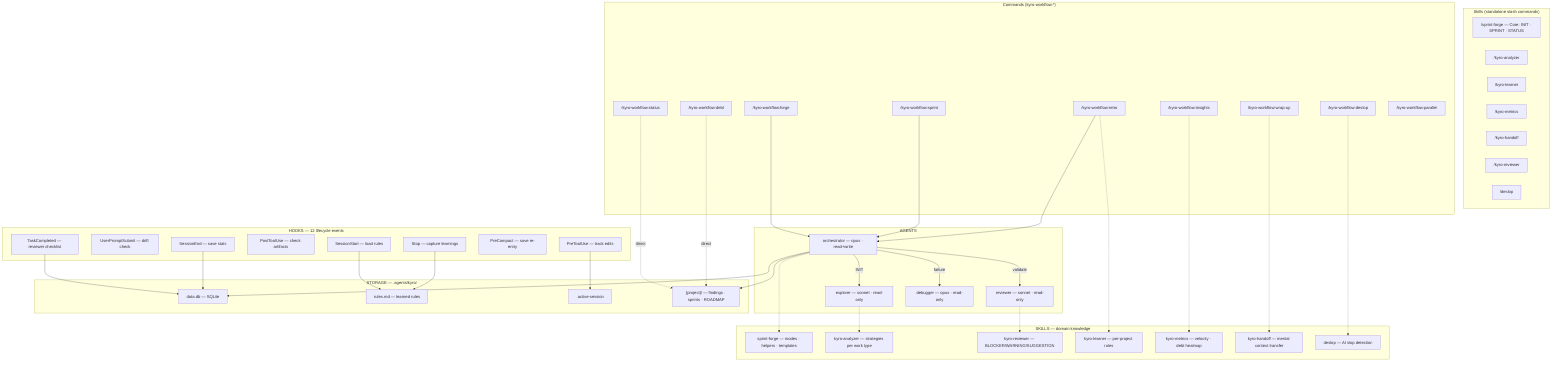
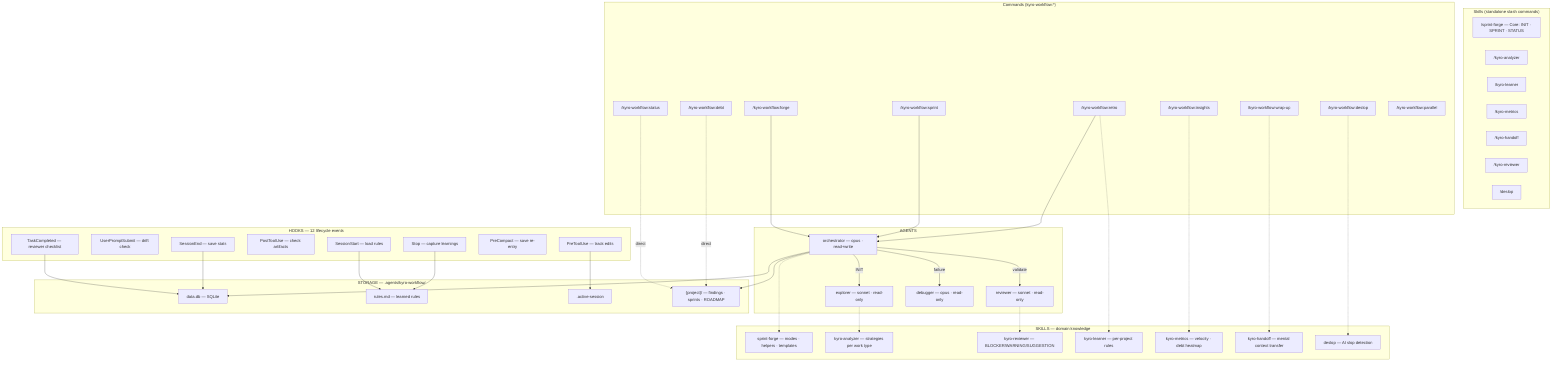
flowchart TD
    subgraph SKILLS_ENTRY["Skills (standalone slash commands)"]
        SK1["/sprint-forge — Core: INIT · SPRINT · STATUS"]
        SK2["/kyro-analyzer"]
        SK3["/kyro-learner"]
        SK4["/kyro-metrics"]
        SK5["/kyro-handoff"]
        SK6["/kyro-reviewer"]
        SK7["/deslop"]
    end

    subgraph COMMANDS_ENTRY["Commands (kyro-workflow:*)"]
        CMD1["/kyro-workflow:forge"]
        CMD2["/kyro-workflow:sprint"]
        CMD3["/kyro-workflow:status"]
        CMD4["/kyro-workflow:debt"]
        CMD5["/kyro-workflow:retro"]
        CMD6["/kyro-workflow:wrap-up"]
        CMD7["/kyro-workflow:insights"]
        CMD8["/kyro-workflow:deslop"]
        CMD9["/kyro-workflow:parallel"]
    end

    subgraph AGENTS["AGENTS"]
        ORCH["orchestrator — opus · read+write"]
        EXPL["explorer — sonnet · read-only"]
        REVW["reviewer — sonnet · read-only"]
        DBGR["debugger — opus · read-only"]
    end

    subgraph KNOWLEDGE["SKILLS — domain knowledge"]
        S_FORGE["sprint-forge — modes · helpers · templates"]
        S_ANALYZER["kyro-analyzer — strategies per work type"]
        S_REVIEWER["kyro-reviewer — BLOCKER/WARNING/SUGGESTION"]
        S_LEARNER["kyro-learner — per-project rules"]
        S_METRICS["kyro-metrics — velocity · debt heatmap"]
        S_HANDOFF["kyro-handoff — mental context transfer"]
        S_DESLOP["deslop — AI slop detection"]
    end

    subgraph HOOKS["HOOKS — 12 lifecycle events"]
        H1["SessionStart — load rules"]
        H2["UserPromptSubmit — drift check"]
        H3["PreToolUse — track edits"]
        H4["PostToolUse — check artifacts"]
        H5["TaskCompleted — reviewer checklist"]
        H6["Stop — capture learnings"]
        H7["PreCompact — save re-entry"]
        H8["SessionEnd — save stats"]
    end

-     subgraph STORAGE["STORAGE — .agents/kyro/"]
+     subgraph STORAGE["STORAGE — .agents/kyro-workflow/"]
        DB["data.db — SQLite"]
        RULES["rules.md — learned rules"]
        SESSION[".active-session"]
        PROJ["{project}/ — findings · sprints · ROADMAP"]
    end

    CMD1 --> ORCH
    CMD2 --> ORCH
    CMD5 --> ORCH
    CMD3 -.->|direct| PROJ
    CMD4 -.->|direct| PROJ

    ORCH -->|INIT| EXPL
    ORCH -->|validate| REVW
    ORCH -->|failure| DBGR

    ORCH -.-> S_FORGE
    EXPL -.-> S_ANALYZER
    REVW -.-> S_REVIEWER

    CMD5 -.-> S_LEARNER
    CMD6 -.-> S_HANDOFF
    CMD7 -.-> S_METRICS
    CMD8 -.-> S_DESLOP

    H1 --> RULES
    H5 --> DB
    H6 --> RULES
    H8 --> DB
    H3 --> SESSION
    ORCH --> PROJ
    ORCH --> DB
